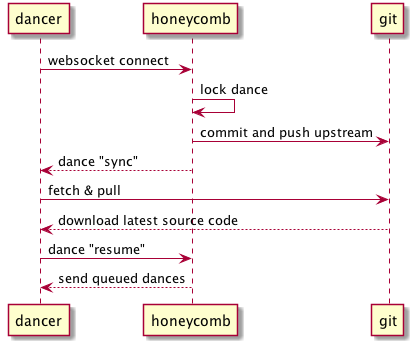
beepro/beepro-docs keeps this PlantUML diagram as sync.png. Above is the earlier version.
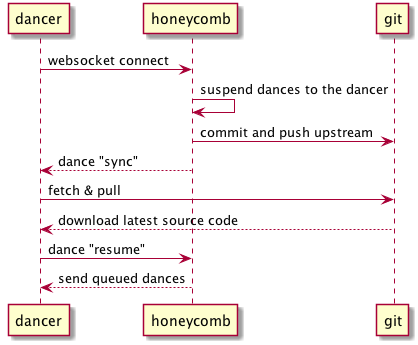
The same file after the commit.

What changed in the source:
```diff
@@ -1,6 +1,6 @@
 @startuml
 dancer -> honeycomb: websocket connect
-honeycomb -> honeycomb: lock dance
+honeycomb -> honeycomb: suspend dances to the dancer
 honeycomb -> git: commit and push upstream
 honeycomb --> dancer: dance "sync"
 dancer -> git: fetch & pull
```
